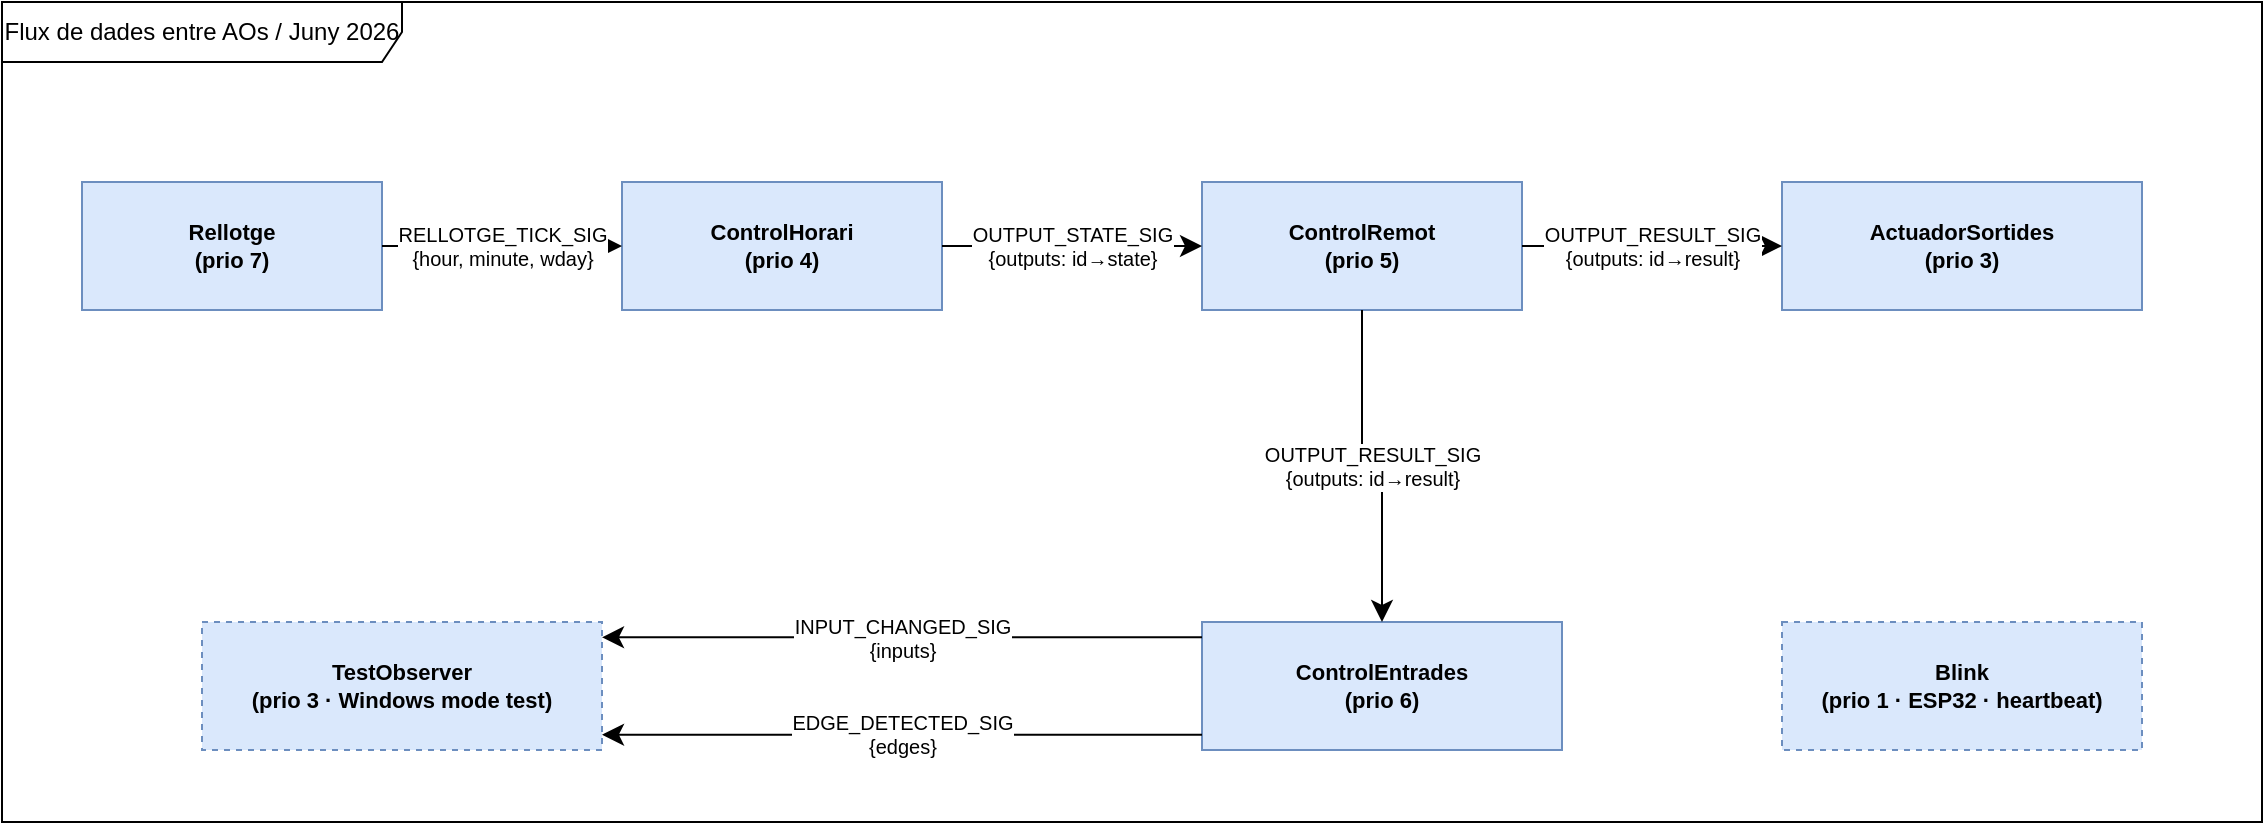
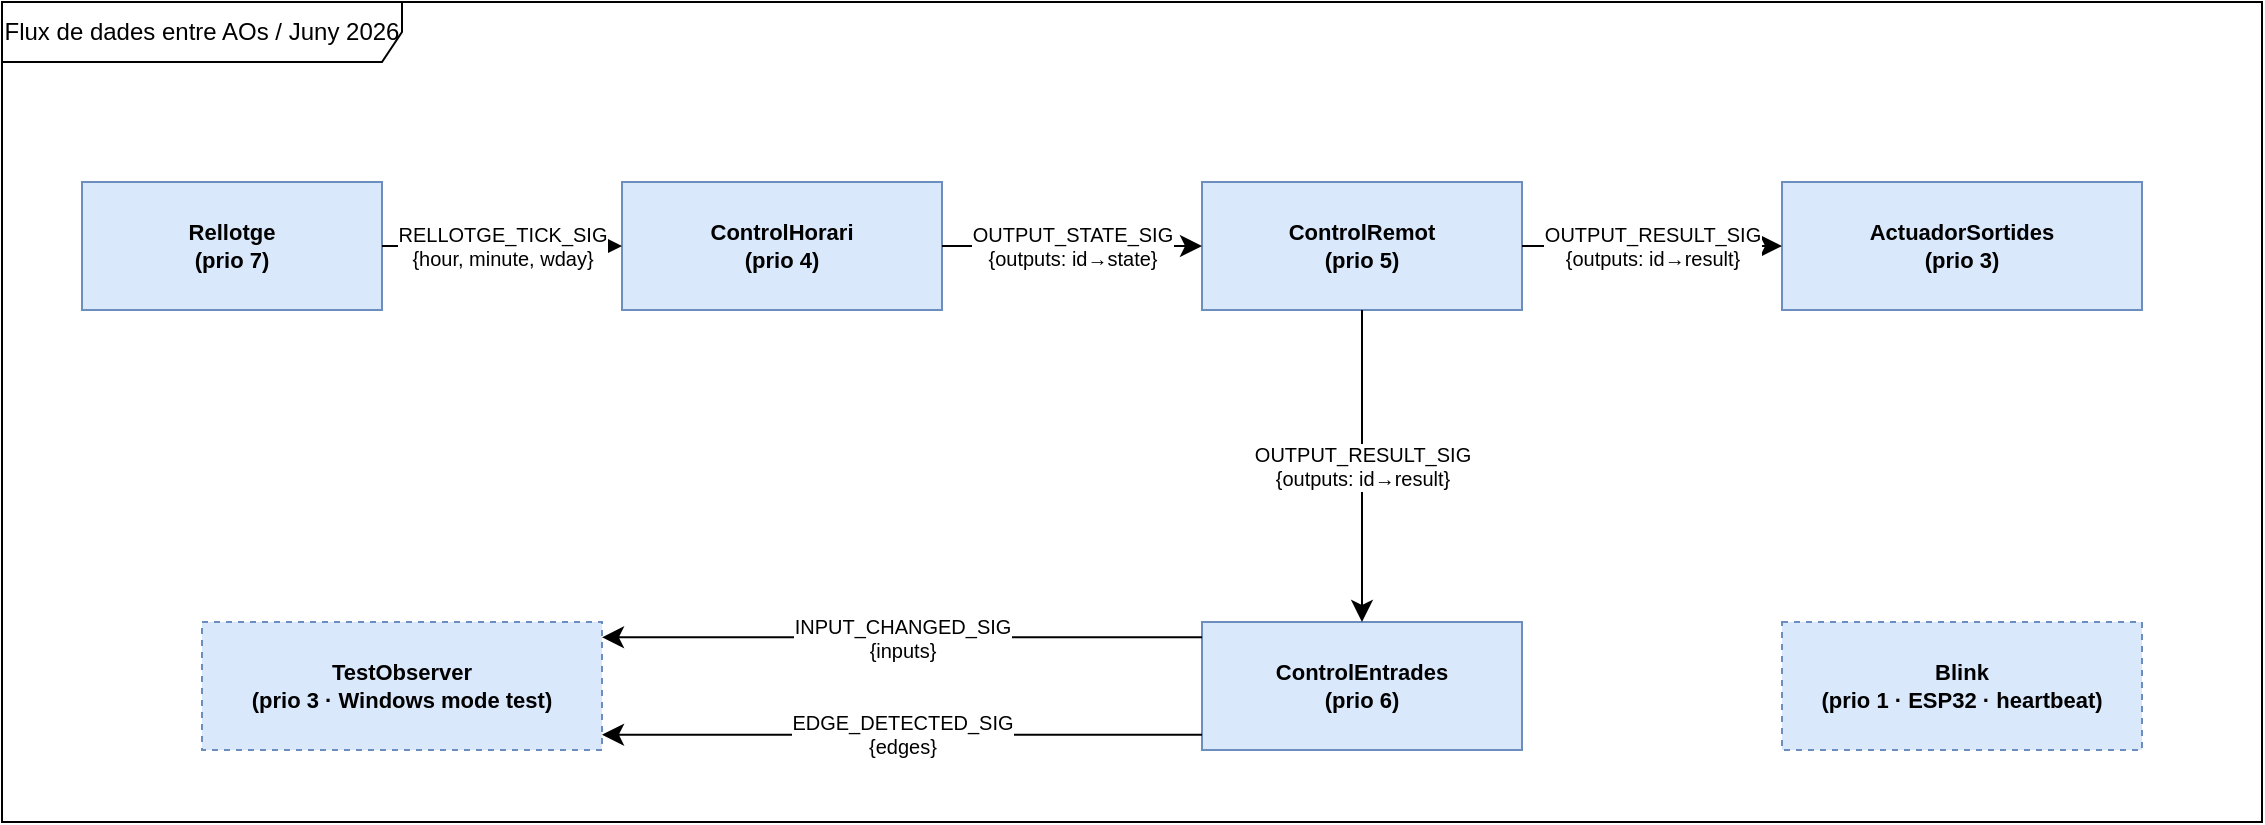
<mxfile host="Electron" agent="Claude Code" version="28.2.8">
  <diagram name="FluxAOs" id="fluxaos">
    <mxGraphModel dx="1169" dy="826" grid="1" gridSize="10" guides="1" tooltips="1" connect="1" arrows="1" fold="1" page="1" pageScale="1" pageWidth="1169" pageHeight="826" math="0" shadow="0">
      <root>
        <mxCell id="0" />
        <mxCell id="1" parent="0" />
        <mxCell id="frame" value="Flux de dades entre AOs / Juny 2026" style="shape=umlFrame;whiteSpace=wrap;html=1;pointerEvents=0;recursiveResize=0;collapsible=0;width=200;height=30;" parent="1" vertex="1">
          <mxGeometry x="20" y="40" width="1130" height="410" as="geometry" />
        </mxCell>
        <mxCell id="rl" value="Rellotge&#xa;(prio 7)" style="rounded=0;whiteSpace=wrap;html=1;fillColor=#dae8fc;strokeColor=#6c8ebf;fontSize=11;fontStyle=1;verticalAlign=middle" parent="1" vertex="1">
          <mxGeometry x="60" y="130" width="150" height="64" as="geometry" />
        </mxCell>
        <mxCell id="ch" value="ControlHorari&#xa;(prio 4)" style="rounded=0;whiteSpace=wrap;html=1;fillColor=#dae8fc;strokeColor=#6c8ebf;fontSize=11;fontStyle=1;verticalAlign=middle" parent="1" vertex="1">
          <mxGeometry x="330" y="130" width="160" height="64" as="geometry" />
        </mxCell>
        <mxCell id="cr" value="ControlRemot&#xa;(prio 5)" style="rounded=0;whiteSpace=wrap;html=1;fillColor=#dae8fc;strokeColor=#6c8ebf;fontSize=11;fontStyle=1;verticalAlign=middle" parent="1" vertex="1">
          <mxGeometry x="620" y="130" width="160" height="64" as="geometry" />
        </mxCell>
        <mxCell id="as" value="ActuadorSortides&#xa;(prio 3)" style="rounded=0;whiteSpace=wrap;html=1;fillColor=#dae8fc;strokeColor=#6c8ebf;fontSize=11;fontStyle=1;verticalAlign=middle" parent="1" vertex="1">
          <mxGeometry x="910" y="130" width="180" height="64" as="geometry" />
        </mxCell>
        <mxCell id="ce" value="ControlEntrades&#xa;(prio 6)" style="rounded=0;whiteSpace=wrap;html=1;fillColor=#dae8fc;strokeColor=#6c8ebf;fontSize=11;fontStyle=1;verticalAlign=middle" parent="1" vertex="1">
-           <mxGeometry x="620" y="350" width="180" height="64" as="geometry" />
+           <mxGeometry x="620" y="350" width="160" height="64" as="geometry" />
        </mxCell>
        <mxCell id="tobs" value="TestObserver&#xa;(prio 3 · Windows mode test)" style="rounded=0;whiteSpace=wrap;html=1;fillColor=#dae8fc;strokeColor=#6c8ebf;fontSize=11;fontStyle=1;verticalAlign=middle;dashed=1" parent="1" vertex="1">
          <mxGeometry x="120" y="350" width="200" height="64" as="geometry" />
        </mxCell>
        <mxCell id="blink" value="Blink&#xa;(prio 1 · ESP32 · heartbeat)" style="rounded=0;whiteSpace=wrap;html=1;fillColor=#dae8fc;strokeColor=#6c8ebf;fontSize=11;fontStyle=1;verticalAlign=middle;dashed=1" parent="1" vertex="1">
          <mxGeometry x="910" y="350" width="180" height="64" as="geometry" />
        </mxCell>
        <mxCell id="e1" value="RELLOTGE_TICK_SIG&#xa;{hour, minute, wday}" style="edgeStyle=orthogonalEdgeStyle;rounded=0;html=1;exitX=1;exitY=0.5;exitDx=0;exitDy=0;entryX=0;entryY=0.5;entryDx=0;entryDy=0;fontFamily=Helvetica;fontSize=10;startSize=8;endSize=8;" parent="1" source="rl" target="ch" edge="1">
          <mxGeometry relative="1" as="geometry" />
        </mxCell>
        <mxCell id="e2" value="OUTPUT_STATE_SIG&#xa;{outputs: id→state}" style="edgeStyle=orthogonalEdgeStyle;rounded=0;html=1;exitX=1;exitY=0.5;exitDx=0;exitDy=0;entryX=0;entryY=0.5;entryDx=0;entryDy=0;fontFamily=Helvetica;fontSize=10;startSize=8;endSize=8;" parent="1" source="ch" target="cr" edge="1">
          <mxGeometry relative="1" as="geometry" />
        </mxCell>
        <mxCell id="e3" value="OUTPUT_RESULT_SIG&#xa;{outputs: id→result}" style="edgeStyle=orthogonalEdgeStyle;rounded=0;html=1;exitX=1;exitY=0.5;exitDx=0;exitDy=0;entryX=0;entryY=0.5;entryDx=0;entryDy=0;fontFamily=Helvetica;fontSize=10;startSize=8;endSize=8;" parent="1" source="cr" target="as" edge="1">
          <mxGeometry relative="1" as="geometry" />
        </mxCell>
        <mxCell id="e4" value="OUTPUT_RESULT_SIG&#xa;{outputs: id→result}" style="edgeStyle=orthogonalEdgeStyle;rounded=0;html=1;exitX=0.5;exitY=1;exitDx=0;exitDy=0;entryX=0.5;entryY=0;entryDx=0;entryDy=0;fontFamily=Helvetica;fontSize=10;startSize=8;endSize=8;" parent="1" source="cr" target="ce" edge="1">
          <mxGeometry relative="1" as="geometry" />
        </mxCell>
        <mxCell id="e5a" value="INPUT_CHANGED_SIG&#xa;{inputs}" style="edgeStyle=orthogonalEdgeStyle;rounded=0;html=1;exitX=0;exitY=0.12;exitDx=0;exitDy=0;entryX=1;entryY=0.12;entryDx=0;entryDy=0;fontFamily=Helvetica;fontSize=10;startSize=8;endSize=8;" parent="1" source="ce" target="tobs" edge="1">
          <mxGeometry relative="1" as="geometry" />
        </mxCell>
        <mxCell id="e5b" value="EDGE_DETECTED_SIG&#xa;{edges}" style="edgeStyle=orthogonalEdgeStyle;rounded=0;html=1;exitX=0;exitY=0.88;exitDx=0;exitDy=0;entryX=1;entryY=0.88;entryDx=0;entryDy=0;fontFamily=Helvetica;fontSize=10;startSize=8;endSize=8;" parent="1" source="ce" target="tobs" edge="1">
          <mxGeometry relative="1" as="geometry" />
        </mxCell>
      </root>
    </mxGraphModel>
  </diagram>
</mxfile>
